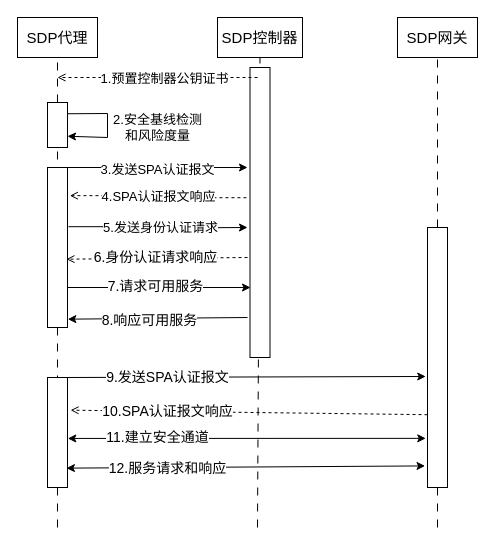
Above: testDirectory/安全接入流程.drawio in Moose1273/- (draw.io), before the change. Source tidied: cells renumbered, new cells numbered last; positions are measured from the earlier drawing's top-left corner, leaving out a move shared by most shapes. Both pictures are drawn from the tidied source at 100%, with x=0, y=0 at pixel (17, 17).
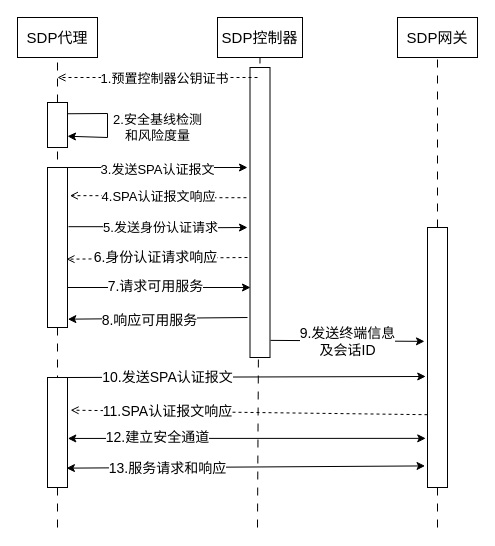
The same diagram, later.

Commit message:
更新安全接入流程.drawio

The change refers to these unchanged cells:
```xml
<mxCell id="13" style="rounded=0;whiteSpace=wrap;html=1;" parent="1" vertex="1">
  <mxGeometry x="232.5" y="50" width="20" height="290" as="geometry" />
</mxCell>
<mxCell id="25" style="rounded=0;whiteSpace=wrap;html=1;" parent="1" vertex="1">
  <mxGeometry x="410" y="210" width="20" height="260" as="geometry" />
</mxCell>
<mxCell id="26" style="edgeStyle=orthogonalEdgeStyle;rounded=0;jettySize=auto;html=1;exitX=1;exitY=0;exitDx=0;exitDy=0;entryX=-0.088;entryY=0.573;entryDx=0;entryDy=0;entryPerimeter=0;" parent="1" edge="1" source="28" target="25">
  <mxGeometry relative="1" as="geometry">
    <Array as="points">
      <mxPoint x="408" y="360" />
    </Array>
  </mxGeometry>
</mxCell>
<mxCell id="29" style="endArrow=open;html=1;rounded=0;exitX=0;exitY=0.72;exitDx=0;exitDy=0;exitPerimeter=0;entryX=1.153;entryY=0.297;entryDx=0;entryDy=0;dashed=1;endFill=0;entryPerimeter=0;" parent="1" edge="1" source="25" target="28">
  <mxGeometry relative="1" as="geometry" />
</mxCell>
<mxCell id="31" style="endArrow=classic;startArrow=classic;html=1;rounded=0;entryX=-0.088;entryY=0.811;entryDx=0;entryDy=0;entryPerimeter=0;exitX=1.016;exitY=0.554;exitDx=0;exitDy=0;exitPerimeter=0;" parent="1" edge="1" source="28" target="25">
  <mxGeometry relative="1" as="geometry" />
</mxCell>
<mxCell id="37" style="endArrow=classic;startArrow=classic;html=1;rounded=0;entryX=-0.122;entryY=0.917;entryDx=0;entryDy=0;entryPerimeter=0;exitX=0.947;exitY=0.824;exitDx=0;exitDy=0;exitPerimeter=0;" parent="1" edge="1" source="28" target="25">
  <mxGeometry relative="1" as="geometry" />
</mxCell>
```

Diff of the diagram source:
```diff
@@
-    <mxCell id="27" value="&lt;font style=&quot;font-size: 14px;&quot;&gt;9.发送SPA认证报文&lt;/font&gt;" style="edgeLabel;html=1;align=center;verticalAlign=middle;" parent="26" vertex="1">
+    <mxCell id="27" value="&lt;font style=&quot;font-size: 14px;&quot;&gt;10.发送SPA认证报文&lt;/font&gt;" style="edgeLabel;html=1;align=center;verticalAlign=middle;" parent="26" vertex="1">
       <mxGeometry x="-0.16" y="-2" relative="1" as="geometry">
         <mxPoint x="-51" y="-2" as="offset" />
       </mxGeometry>
     </mxCell>
@@
-    <mxCell id="30" value="&lt;font style=&quot;font-size: 14px;&quot;&gt;10.SPA认证报文响应&lt;/font&gt;" style="edgeLabel;html=1;align=center;verticalAlign=middle;" parent="29" vertex="1">
+    <mxCell id="30" value="&lt;font style=&quot;font-size: 14px;&quot;&gt;11.SPA认证报文响应&lt;/font&gt;" style="edgeLabel;html=1;align=center;verticalAlign=middle;" parent="29" vertex="1">
       <mxGeometry x="0.78" relative="1" as="geometry">
         <mxPoint x="57" as="offset" />
       </mxGeometry>
     </mxCell>
@@
-    <mxCell id="32" value="&lt;font style=&quot;font-size: 14px;&quot;&gt;11.建立安全通道&lt;/font&gt;" style="edgeLabel;html=1;align=center;verticalAlign=middle;" parent="31" vertex="1">
+    <mxCell id="32" value="&lt;font style=&quot;font-size: 14px;&quot;&gt;12.建立安全通道&lt;/font&gt;" style="edgeLabel;html=1;align=center;verticalAlign=middle;" parent="31" vertex="1">
       <mxGeometry x="-0.66" y="1" relative="1" as="geometry">
         <mxPoint x="28" as="offset" />
       </mxGeometry>
     </mxCell>
@@
-    <mxCell id="38" value="&lt;font style=&quot;font-size: 14px;&quot;&gt;12.服务请求和响应&lt;/font&gt;" style="edgeLabel;html=1;align=center;verticalAlign=middle;" parent="37" vertex="1">
+    <mxCell id="38" value="&lt;font style=&quot;font-size: 14px;&quot;&gt;13.服务请求和响应&lt;/font&gt;" style="edgeLabel;html=1;align=center;verticalAlign=middle;" parent="37" vertex="1">
       <mxGeometry x="-0.61" relative="1" as="geometry">
         <mxPoint x="31" as="offset" />
       </mxGeometry>
     </mxCell>
+    <mxCell id="39" style="endArrow=classic;html=1;rounded=0;exitX=1.025;exitY=0.941;exitDx=0;exitDy=0;exitPerimeter=0;entryX=-0.15;entryY=0.438;entryDx=0;entryDy=0;entryPerimeter=0;" parent="1" edge="1" source="13" target="25">
+      <mxGeometry relative="1" as="geometry" />
+    </mxCell>
+    <mxCell id="40" value="&lt;font style=&quot;font-size: 14px;&quot;&gt;9.发送终端信息&lt;br&gt;及会话ID&lt;/font&gt;" style="edgeLabel;html=1;align=center;verticalAlign=middle;" parent="39" vertex="1">
+      <mxGeometry x="-0.34" relative="1" as="geometry">
+        <mxPoint x="26" as="offset" />
+      </mxGeometry>
+    </mxCell>
```
